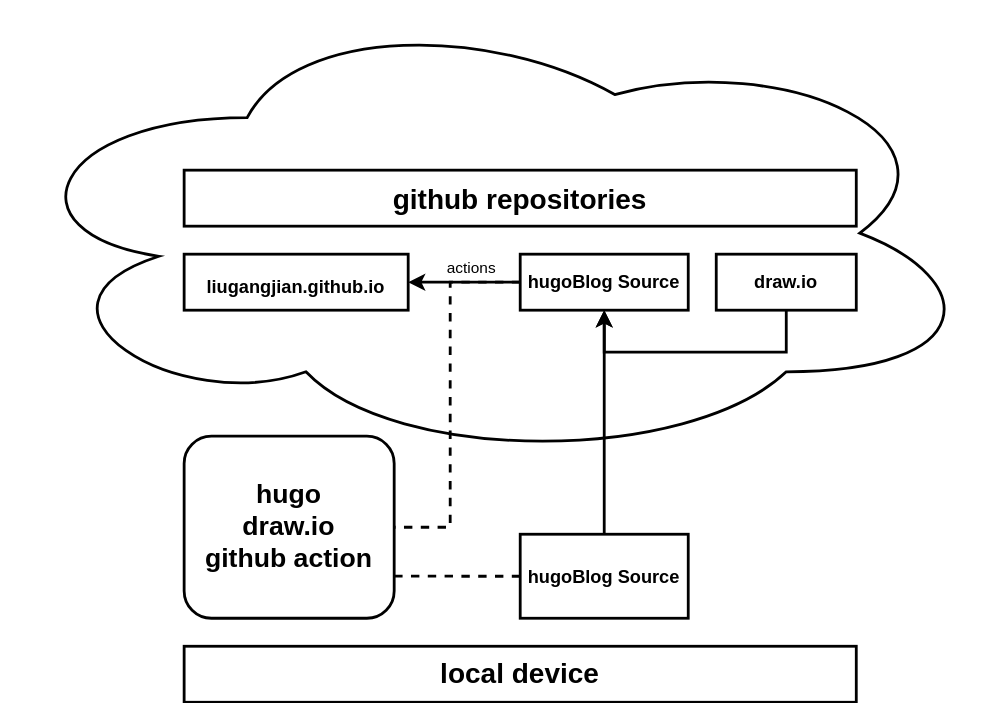
Earlier version of the draw.io export blog/blog arch.drawio.svg (liugangjian/draw.io). Source tidied: cells renumbered, new cells last; positions are measured from the earlier drawing's top-left corner, leaving out a move shared by most shapes.
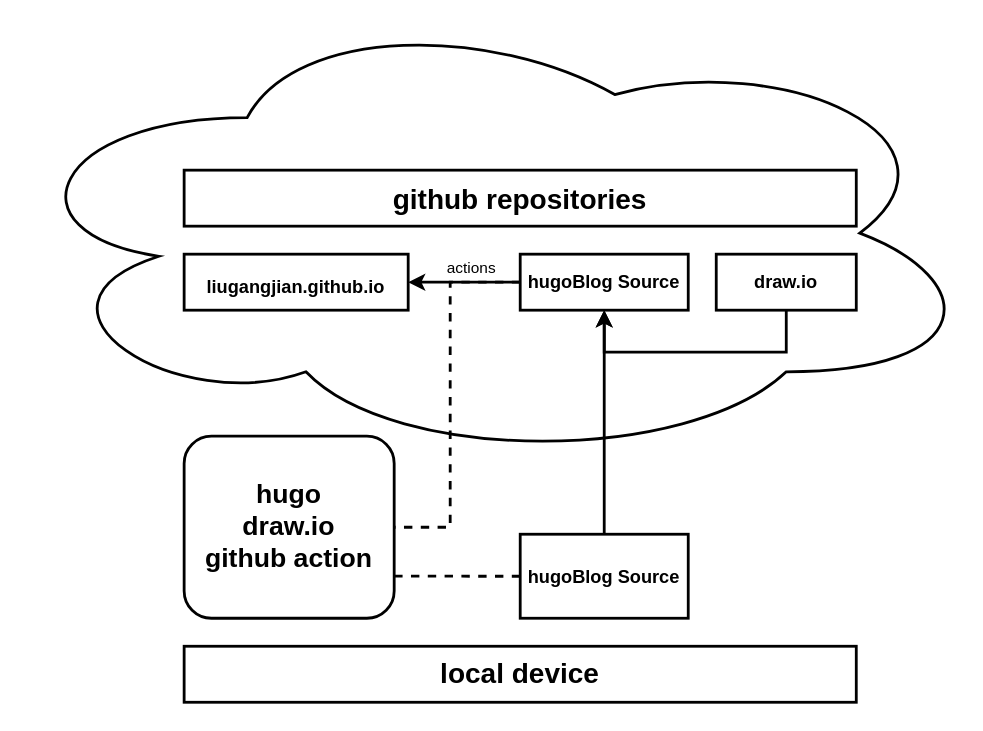
Later version of the same file.

The edit, as a diff of the source:
```diff
@@ -56,5 +56,8 @@
     <mxCell id="15" value="&lt;b&gt;&lt;font style=&quot;font-size: 20px&quot;&gt;local device&lt;/font&gt;&lt;/b&gt;" style="rounded=0;whiteSpace=wrap;html=1;fontSize=19;strokeWidth=2;fillColor=none;" parent="1" vertex="1">
       <mxGeometry x="130" y="460" width="480" height="40" as="geometry" />
     </mxCell>
+    <mxCell id="16" value="&lt;h1&gt;&lt;br&gt;&lt;/h1&gt;" style="text;html=1;strokeColor=none;fillColor=none;spacing=5;spacingTop=-20;whiteSpace=wrap;overflow=hidden;rounded=0;fontSize=19;" parent="1" vertex="1">
+      <mxGeometry x="80" y="450" width="610" height="70" as="geometry" />
+    </mxCell>
   </root>
 </mxGraphModel>
```
